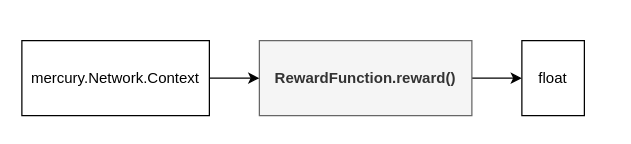
This is docs/drawio/reward-function.drawio from jpmorganchase/Phantom, a draw.io file, before an edit. Source tidied: cells renumbered, new cells numbered last; positions are measured from the earlier drawing's top-left corner, leaving out a move shared by most shapes. Both pictures are drawn from the tidied source at 125%, with x=0, y=0 at pixel (21, 40).
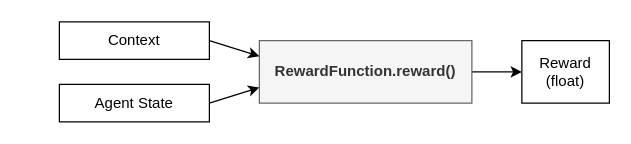
The same page after the edit.

The edit, as a diff of the source:
```diff
@@
 <mxGraphModel>
   <root>
     <mxCell id="0" />
     <mxCell id="1" parent="0" />
     <mxCell id="2" style="edgeStyle=orthogonalEdgeStyle;rounded=0;jettySize=auto;html=1;exitX=1;exitY=0.5;exitDx=0;exitDy=0;entryX=0;entryY=0.5;entryDx=0;entryDy=0;" parent="1" edge="1" source="3" target="6">
       <mxGeometry relative="1" as="geometry" />
     </mxCell>
     <mxCell id="3" value="&lt;b&gt;RewardFunction.reward()&lt;/b&gt;" style="rounded=0;whiteSpace=wrap;html=1;fillColor=#f5f5f5;strokeColor=#666666;fontColor=#333333;" parent="1" vertex="1">
-      <mxGeometry x="190" width="170" height="60" as="geometry" />
+      <mxGeometry x="190" width="170" height="50" as="geometry" />
     </mxCell>
-    <mxCell id="4" style="edgeStyle=orthogonalEdgeStyle;rounded=0;jettySize=auto;html=1;exitX=1;exitY=0.5;exitDx=0;exitDy=0;entryX=0;entryY=0.5;entryDx=0;entryDy=0;" parent="1" edge="1" source="5" target="3">
+    <mxCell id="4" style="rounded=0;jettySize=auto;html=1;exitX=1;exitY=0.5;exitDx=0;exitDy=0;entryX=0;entryY=0.25;entryDx=0;entryDy=0;" parent="1" edge="1" source="5" target="3">
       <mxGeometry relative="1" as="geometry" />
     </mxCell>
-    <mxCell id="5" value="mercury.Network.Context" style="rounded=0;whiteSpace=wrap;html=1;" parent="1" vertex="1">
-      <mxGeometry width="150" height="60" as="geometry" />
+    <mxCell id="5" value="Context" style="rounded=0;whiteSpace=wrap;html=1;" parent="1" vertex="1">
+      <mxGeometry x="30" y="-15" width="120" height="30" as="geometry" />
     </mxCell>
-    <mxCell id="6" value="float" style="rounded=0;whiteSpace=wrap;html=1;" parent="1" vertex="1">
-      <mxGeometry x="400" width="50" height="60" as="geometry" />
+    <mxCell id="6" value="Reward&lt;br&gt;(float)" style="rounded=0;whiteSpace=wrap;html=1;" parent="1" vertex="1">
+      <mxGeometry x="400" width="70" height="50" as="geometry" />
     </mxCell>
+    <mxCell id="7" style="rounded=0;jettySize=auto;html=1;exitX=1;exitY=0.5;exitDx=0;exitDy=0;entryX=0;entryY=0.75;entryDx=0;entryDy=0;" parent="1" edge="1" source="8" target="3">
+      <mxGeometry relative="1" as="geometry" />
+    </mxCell>
+    <mxCell id="8" value="Agent State" style="rounded=0;whiteSpace=wrap;html=1;" parent="1" vertex="1">
+      <mxGeometry x="30" y="35" width="120" height="30" as="geometry" />
+    </mxCell>
   </root>
 </mxGraphModel>
```
